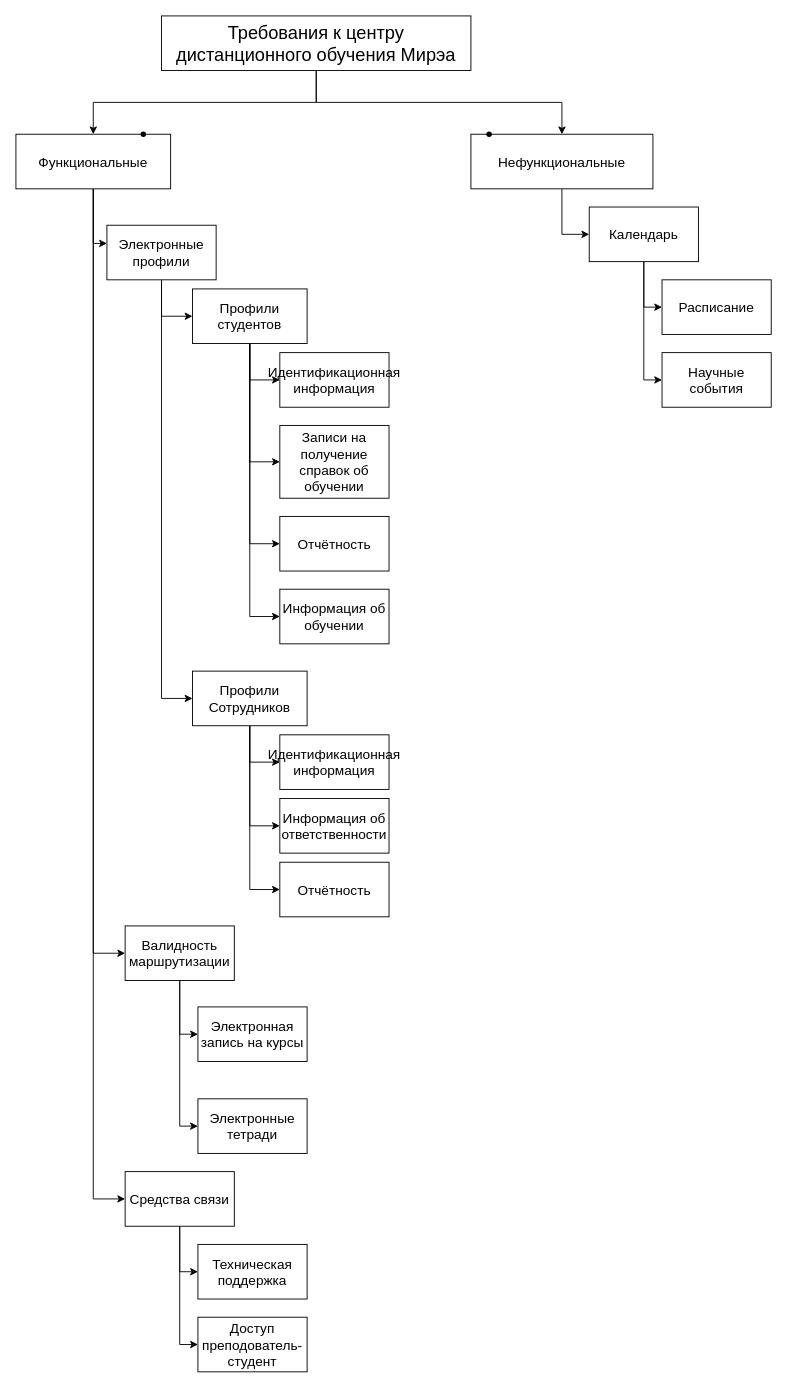
Dorialean/Diagrams keeps this draw.io diagram as Swebok.drawio. Above is the earlier version. Source tidied: cells renumbered, new cells numbered last; positions are measured from the earlier drawing's top-left corner, leaving out a move shared by most shapes. Both pictures are drawn from the tidied source at 91%, with x=0, y=0 at pixel (15, 15).
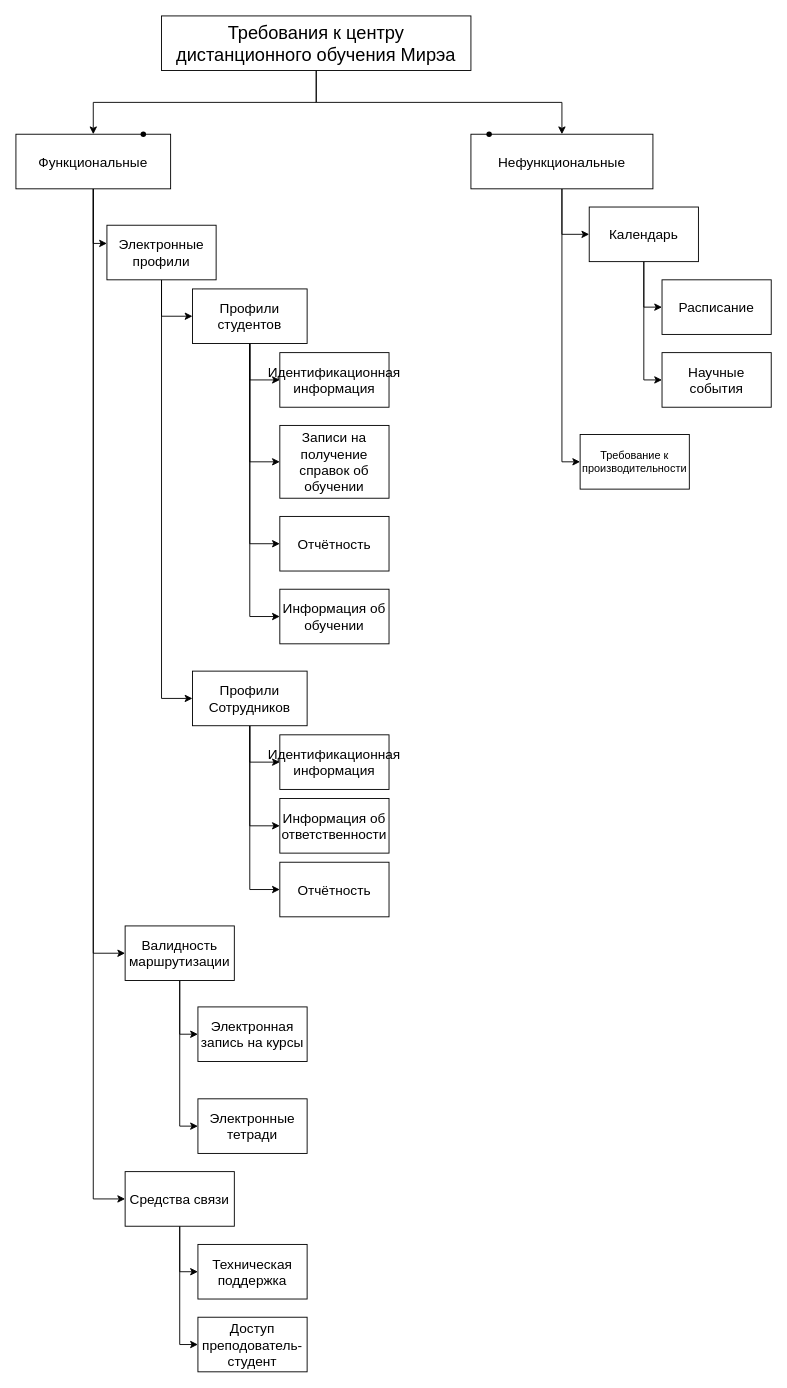
Above is the later version.

Unchanged cells that the change refers to:
```xml
<mxCell id="10" value="Нефункциональные" style="rounded=0;whiteSpace=wrap;html=1;fontSize=15;" parent="1" vertex="1">
  <mxGeometry x="500" y="130" width="200" height="60" as="geometry" />
</mxCell>
```

Diff of the diagram source:
```diff
@@
+    <mxCell id="47" style="edgeStyle=orthogonalEdgeStyle;rounded=0;jettySize=auto;html=1;entryX=0;entryY=0.5;entryDx=0;entryDy=0;" parent="1" edge="1" source="10" target="48">
+      <mxGeometry relative="1" as="geometry" />
+    </mxCell>
@@
+    <mxCell id="48" value="Требование к производительности" style="rounded=0;whiteSpace=wrap;html=1;" parent="1" vertex="1">
+      <mxGeometry x="620" y="460" width="120" height="60" as="geometry" />
+    </mxCell>
```
